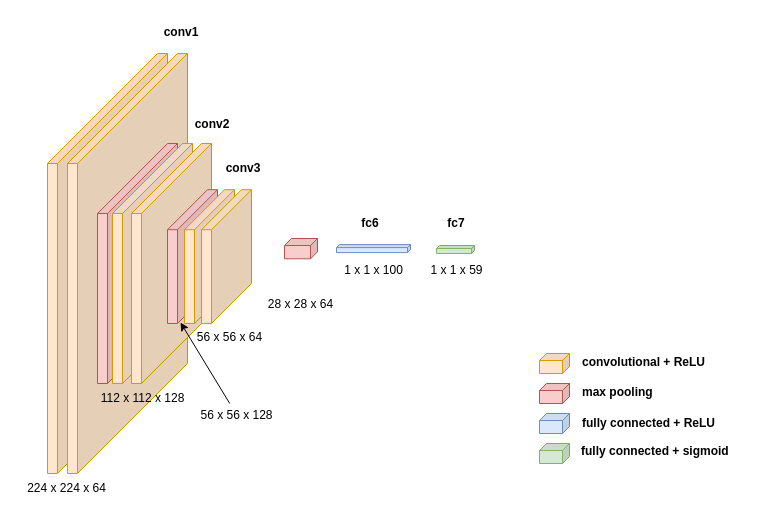
Before: vgg16_xml.drawio in hzj415909583/Neural-Network-Architecture-Diagrams, a draw.io diagram. Source tidied: cells renumbered, new cells numbered last; positions are measured from the earlier drawing's top-left corner, leaving out a move shared by most shapes. Both pictures are drawn from the tidied source at 100%, with x=0, y=0 at pixel (17, 17).
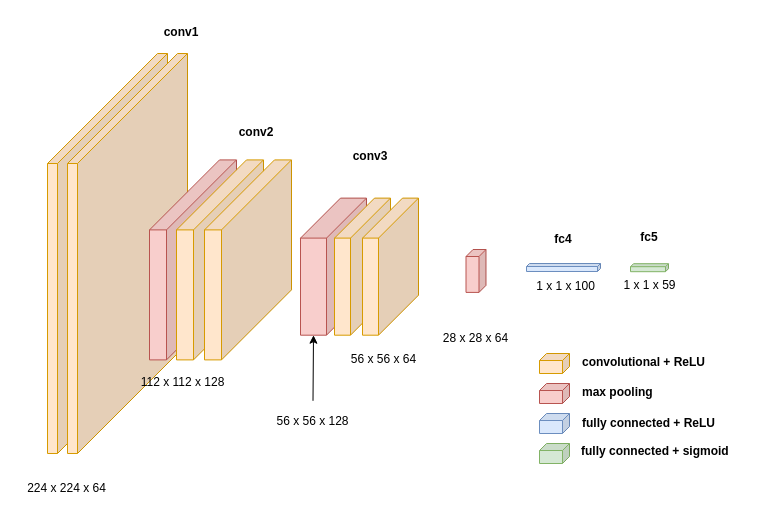
The same diagram, later.

The edit, as a diff of the source:
```diff
@@
+    <mxCell id="34" style="shape=cube;whiteSpace=wrap;html=1;boundedLbl=1;backgroundOutline=1;darkOpacity=0.05;darkOpacity2=0.1;size=40;direction=east;flipH=1;fillColor=#f8cecc;strokeColor=#b85450;" parent="1" vertex="1">
+      <mxGeometry x="283" y="180.6" width="66" height="137.1" as="geometry" />
+    </mxCell>
     <mxCell id="2" style="shape=cube;whiteSpace=wrap;html=1;boundedLbl=1;backgroundOutline=1;darkOpacity=0.05;darkOpacity2=0.1;size=110;direction=east;flipH=1;fillColor=#ffe6cc;strokeColor=#d79b00;" parent="1" vertex="1">
-      <mxGeometry x="30" y="36" width="120" height="420" as="geometry" />
+      <mxGeometry x="30" y="36" width="120" height="400" as="geometry" />
     </mxCell>
     <mxCell id="3" style="shape=cube;whiteSpace=wrap;html=1;boundedLbl=1;backgroundOutline=1;darkOpacity=0.05;darkOpacity2=0.1;size=110;direction=east;flipH=1;fillColor=#ffe6cc;strokeColor=#d79b00;" parent="1" vertex="1">
-      <mxGeometry x="50" y="36" width="120" height="420" as="geometry" />
+      <mxGeometry x="50" y="36" width="120" height="400" as="geometry" />
     </mxCell>
     <mxCell id="4" style="shape=cube;whiteSpace=wrap;html=1;boundedLbl=1;backgroundOutline=1;darkOpacity=0.05;darkOpacity2=0.1;size=70;direction=east;flipH=1;fillColor=#f8cecc;strokeColor=#b85450;" parent="1" vertex="1">
-      <mxGeometry x="80" y="126" width="80" height="240" as="geometry" />
+      <mxGeometry x="132" y="142.4" width="87" height="200" as="geometry" />
     </mxCell>
-    <mxCell id="5" style="shape=cube;whiteSpace=wrap;html=1;boundedLbl=1;backgroundOutline=1;darkOpacity=0.05;darkOpacity2=0.1;size=70;direction=east;flipH=1;fillColor=#ffe6cc;strokeColor=#d79b00;" parent="1" vertex="1">
-      <mxGeometry x="95" y="126" width="80" height="240" as="geometry" />
-    </mxCell>
-    <mxCell id="6" style="shape=cube;whiteSpace=wrap;html=1;boundedLbl=1;backgroundOutline=1;darkOpacity=0.05;darkOpacity2=0.1;size=70;direction=east;flipH=1;fillColor=#ffe6cc;strokeColor=#d79b00;" parent="1" vertex="1">
-      <mxGeometry x="114" y="126" width="80" height="240" as="geometry" />
-    </mxCell>
-    <mxCell id="7" style="shape=cube;whiteSpace=wrap;html=1;boundedLbl=1;backgroundOutline=1;darkOpacity=0.05;darkOpacity2=0.1;size=40;direction=east;flipH=1;fillColor=#f8cecc;strokeColor=#b85450;" parent="1" vertex="1">
-      <mxGeometry x="150" y="172.2" width="50" height="133.8" as="geometry" />
-    </mxCell>
-    <mxCell id="8" style="shape=cube;whiteSpace=wrap;html=1;boundedLbl=1;backgroundOutline=1;darkOpacity=0.05;darkOpacity2=0.1;size=40;direction=east;flipH=1;fillColor=#ffe6cc;strokeColor=#d79b00;" parent="1" vertex="1">
-      <mxGeometry x="167" y="172.2" width="50" height="133.8" as="geometry" />
-    </mxCell>
     <mxCell id="9" style="shape=cube;whiteSpace=wrap;html=1;boundedLbl=1;backgroundOutline=1;darkOpacity=0.05;darkOpacity2=0.1;size=40;direction=east;flipH=1;fillColor=#ffe6cc;strokeColor=#d79b00;" parent="1" vertex="1">
-      <mxGeometry x="184" y="172.2" width="50" height="133.8" as="geometry" />
+      <mxGeometry x="317" y="180.6" width="56" height="137.1" as="geometry" />
     </mxCell>
-    <mxCell id="10" style="shape=cube;whiteSpace=wrap;html=1;boundedLbl=1;backgroundOutline=1;darkOpacity=0.05;darkOpacity2=0.1;size=7;direction=east;flipH=1;fillColor=#f8cecc;strokeColor=#b85450;" parent="1" vertex="1">
-      <mxGeometry x="267" y="221" width="33" height="20.3" as="geometry" />
-    </mxCell>
     <mxCell id="11" style="shape=cube;whiteSpace=wrap;html=1;boundedLbl=1;backgroundOutline=1;darkOpacity=0.05;darkOpacity2=0.1;size=3;direction=east;flipH=1;fillColor=#dae8fc;strokeColor=#6c8ebf;" parent="1" vertex="1">
-      <mxGeometry x="319" y="227.1" width="74" height="8" as="geometry" />
+      <mxGeometry x="509" y="246" width="74" height="8" as="geometry" />
     </mxCell>
     <mxCell id="12" style="shape=cube;whiteSpace=wrap;html=1;boundedLbl=1;backgroundOutline=1;darkOpacity=0.05;darkOpacity2=0.1;size=3;direction=east;flipH=1;fillColor=#d5e8d4;strokeColor=#82b366;" parent="1" vertex="1">
-      <mxGeometry x="419" y="228" width="38" height="8" as="geometry" />
+      <mxGeometry x="613" y="246.2" width="38" height="8" as="geometry" />
     </mxCell>
@@
     <mxCell id="18" value="&lt;b&gt;conv2&lt;/b&gt;" style="text;html=1;strokeColor=none;fillColor=none;align=center;verticalAlign=middle;whiteSpace=wrap;rounded=0;" parent="1" vertex="1">
-      <mxGeometry x="175" y="92" width="40" height="30" as="geometry" />
+      <mxGeometry x="219" y="100" width="40" height="30" as="geometry" />
     </mxCell>
     <mxCell id="19" value="&lt;b&gt;conv3&lt;/b&gt;" style="text;html=1;strokeColor=none;fillColor=none;align=center;verticalAlign=middle;whiteSpace=wrap;rounded=0;" parent="1" vertex="1">
-      <mxGeometry x="206" y="136" width="40" height="30" as="geometry" />
+      <mxGeometry x="333" y="123.6" width="40" height="30" as="geometry" />
     </mxCell>
-    <mxCell id="20" value="&lt;b&gt;fc6&lt;/b&gt;" style="text;html=1;strokeColor=none;fillColor=none;align=center;verticalAlign=middle;whiteSpace=wrap;rounded=0;" parent="1" vertex="1">
-      <mxGeometry x="333" y="191" width="40" height="30" as="geometry" />
+    <mxCell id="20" value="&lt;b&gt;fc4&lt;/b&gt;" style="text;html=1;strokeColor=none;fillColor=none;align=center;verticalAlign=middle;whiteSpace=wrap;rounded=0;" parent="1" vertex="1">
+      <mxGeometry x="525.5" y="206.7" width="40" height="30" as="geometry" />
     </mxCell>
-    <mxCell id="21" value="&lt;b&gt;fc7&lt;/b&gt;" style="text;html=1;strokeColor=none;fillColor=none;align=center;verticalAlign=middle;whiteSpace=wrap;rounded=0;" parent="1" vertex="1">
-      <mxGeometry x="419" y="191" width="40" height="30" as="geometry" />
+    <mxCell id="21" value="&lt;b&gt;fc5&lt;/b&gt;" style="text;html=1;strokeColor=none;fillColor=none;align=center;verticalAlign=middle;whiteSpace=wrap;rounded=0;" parent="1" vertex="1">
+      <mxGeometry x="612" y="205.2" width="40" height="30" as="geometry" />
     </mxCell>
@@
     <mxCell id="23" value="112 x 112 x 128" style="text;html=1;strokeColor=none;fillColor=none;align=center;verticalAlign=middle;whiteSpace=wrap;rounded=0;" parent="1" vertex="1">
-      <mxGeometry x="76" y="366" width="99" height="30" as="geometry" />
+      <mxGeometry x="116" y="350" width="99" height="30" as="geometry" />
     </mxCell>
     <mxCell id="24" value="56 x 56 x 64" style="text;html=1;strokeColor=none;fillColor=none;align=center;verticalAlign=middle;whiteSpace=wrap;rounded=0;" parent="1" vertex="1">
-      <mxGeometry x="163" y="305" width="99" height="30" as="geometry" />
+      <mxGeometry x="317" y="327.2" width="99" height="30" as="geometry" />
     </mxCell>
     <mxCell id="25" value="28 x 28 x 64" style="text;html=1;strokeColor=none;fillColor=none;align=center;verticalAlign=middle;whiteSpace=wrap;rounded=0;" parent="1" vertex="1">
-      <mxGeometry x="234" y="272" width="99" height="30" as="geometry" />
+      <mxGeometry x="409" y="306" width="99" height="30" as="geometry" />
     </mxCell>
     <mxCell id="26" value="56 x 56 x 128" style="text;html=1;strokeColor=none;fillColor=none;align=center;verticalAlign=middle;whiteSpace=wrap;rounded=0;" parent="1" vertex="1">
-      <mxGeometry x="170" y="386" width="99" height="23.9" as="geometry" />
+      <mxGeometry x="246" y="392.1" width="99" height="23.9" as="geometry" />
     </mxCell>
-    <mxCell id="27" style="endArrow=classic;html=1;entryX=0;entryY=0;entryDx=0;entryDy=0;" parent="1" edge="1" source="26" target="24">
-      <mxGeometry relative="1" as="geometry" />
-    </mxCell>
     <mxCell id="28" value="1 x 1 x 100" style="text;html=1;strokeColor=none;fillColor=none;align=center;verticalAlign=middle;whiteSpace=wrap;rounded=0;" parent="1" vertex="1">
-      <mxGeometry x="306.5" y="241.3" width="99" height="24" as="geometry" />
+      <mxGeometry x="499" y="257" width="99" height="24" as="geometry" />
     </mxCell>
@@
     <mxCell id="33" value="1 x 1 x 59" style="text;html=1;strokeColor=none;fillColor=none;align=center;verticalAlign=middle;whiteSpace=wrap;rounded=0;" parent="1" vertex="1">
-      <mxGeometry x="389.5" y="241.3" width="99" height="24" as="geometry" />
+      <mxGeometry x="582.5" y="255.5" width="99" height="24" as="geometry" />
     </mxCell>
+    <mxCell id="35" style="shape=cube;whiteSpace=wrap;html=1;boundedLbl=1;backgroundOutline=1;darkOpacity=0.05;darkOpacity2=0.1;size=70;direction=east;flipH=1;fillColor=#ffe6cc;strokeColor=#d79b00;" parent="1" vertex="1">
+      <mxGeometry x="159" y="142.4" width="87" height="200" as="geometry" />
+    </mxCell>
+    <mxCell id="36" style="shape=cube;whiteSpace=wrap;html=1;boundedLbl=1;backgroundOutline=1;darkOpacity=0.05;darkOpacity2=0.1;size=70;direction=east;flipH=1;fillColor=#ffe6cc;strokeColor=#d79b00;" parent="1" vertex="1">
+      <mxGeometry x="187" y="142.4" width="87" height="200" as="geometry" />
+    </mxCell>
+    <mxCell id="37" style="shape=cube;whiteSpace=wrap;html=1;boundedLbl=1;backgroundOutline=1;darkOpacity=0.05;darkOpacity2=0.1;size=40;direction=east;flipH=1;fillColor=#ffe6cc;strokeColor=#d79b00;" parent="1" vertex="1">
+      <mxGeometry x="345" y="180.6" width="56" height="137.1" as="geometry" />
+    </mxCell>
+    <mxCell id="38" style="endArrow=classic;html=1;rounded=0;exitX=0.5;exitY=0;exitDx=0;exitDy=0;entryX=0;entryY=0;entryDx=53;entryDy=137.12;entryPerimeter=0;" parent="1" edge="1" target="34">
+      <mxGeometry relative="1" as="geometry">
+        <mxPoint x="295.5" y="383.3" as="sourcePoint" />
+      </mxGeometry>
+    </mxCell>
+    <mxCell id="10" style="shape=cube;whiteSpace=wrap;html=1;boundedLbl=1;backgroundOutline=1;darkOpacity=0.05;darkOpacity2=0.1;size=7;direction=east;flipH=1;fillColor=#f8cecc;strokeColor=#b85450;" parent="1" vertex="1">
+      <mxGeometry x="448.5" y="232" width="20" height="42.9" as="geometry" />
+    </mxCell>
```
